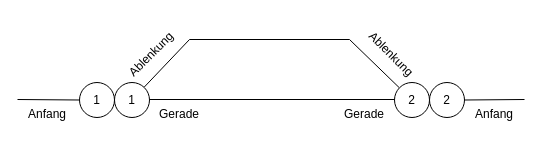
The draw.io diagram graph_db/Doubl_Vertex_Theoretical.drawio in pascalreiss/draw_io_stuff, before the edit. Source tidied: cells renumbered, new cells numbered last; positions are measured from the earlier drawing's top-left corner, leaving out a move shared by most shapes. Both pictures are drawn from the tidied source at 100%, with x=0, y=0 at pixel (17, 39).
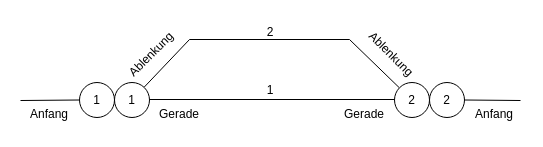
The same page after the edit.

The change refers to these unchanged cells:
```xml
<mxCell id="11" value="Anfang" style="text;html=1;align=center;verticalAlign=middle;whiteSpace=wrap;rounded=0;" parent="1" vertex="1">
  <mxGeometry x="447" y="60" width="60" height="30" as="geometry" />
</mxCell>
<mxCell id="13" value="1" style="ellipse;whiteSpace=wrap;html=1;" parent="1" vertex="1">
  <mxGeometry x="62" y="43" width="35" height="35" as="geometry" />
</mxCell>
<mxCell id="14" value="2" style="ellipse;whiteSpace=wrap;html=1;" parent="1" vertex="1">
  <mxGeometry x="412" y="43" width="35" height="35" as="geometry" />
</mxCell>
```

Diff of the diagram source:
```diff
@@
-    <mxCell id="2" style="endArrow=none;html=1;rounded=0;exitX=0;exitY=0;exitDx=0;exitDy=0;" parent="1" edge="1" source="7" target="13">
-      <mxGeometry relative="1" as="geometry" />
+    <mxCell id="2" style="endArrow=none;html=1;rounded=0;" parent="1" edge="1" target="13">
+      <mxGeometry relative="1" as="geometry">
+        <mxPoint x="3" y="61" as="sourcePoint" />
+      </mxGeometry>
     </mxCell>
@@
+    <mxCell id="7" value="Anfang" style="text;html=1;align=center;verticalAlign=middle;whiteSpace=wrap;rounded=0;" parent="1" vertex="1">
+      <mxGeometry x="2" y="60" width="60" height="30" as="geometry" />
+    </mxCell>
@@
-    <mxCell id="7" value="Anfang" style="text;html=1;align=center;verticalAlign=middle;whiteSpace=wrap;rounded=0;" parent="1" vertex="1">
-      <mxGeometry y="60" width="60" height="30" as="geometry" />
-    </mxCell>
@@
-    <mxCell id="15" style="endArrow=none;html=1;rounded=0;entryX=1;entryY=0;entryDx=0;entryDy=0;" parent="1" edge="1" source="14" target="11">
-      <mxGeometry relative="1" as="geometry" />
+    <mxCell id="15" style="endArrow=none;html=1;rounded=0;" parent="1" edge="1" source="14">
+      <mxGeometry relative="1" as="geometry">
+        <mxPoint x="503" y="61" as="targetPoint" />
+      </mxGeometry>
     </mxCell>
+    <mxCell id="16" value="2" style="text;html=1;align=center;verticalAlign=middle;whiteSpace=wrap;rounded=0;" parent="1" vertex="1">
+      <mxGeometry x="223" y="-22" width="60" height="30" as="geometry" />
+    </mxCell>
+    <mxCell id="17" value="1" style="text;html=1;align=center;verticalAlign=middle;whiteSpace=wrap;rounded=0;" parent="1" vertex="1">
+      <mxGeometry x="223" y="36" width="60" height="30" as="geometry" />
+    </mxCell>
```
